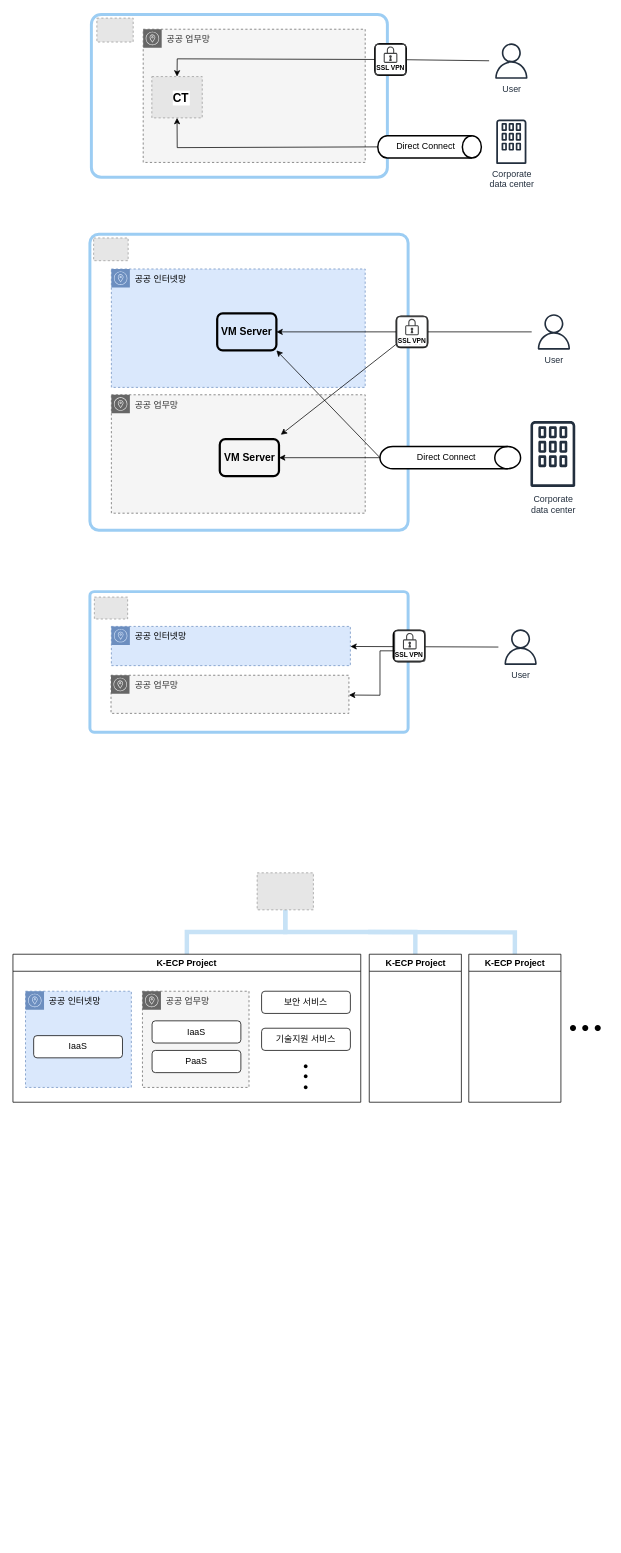
KDN-ECP/guidebooks keeps this draw.io diagram as page "concept-diagram" (1 of 2) of concept.drawio. Above is the earlier version. Source tidied: cells renumbered, new cells numbered last; positions are measured from the earlier drawing's top-left corner, leaving out a move shared by most shapes. Both pictures are drawn from the tidied source at 74%, with x=0, y=0 at pixel (13, 14). Pictures stored in the file or linked from it are replaced by grey dashed boxes.
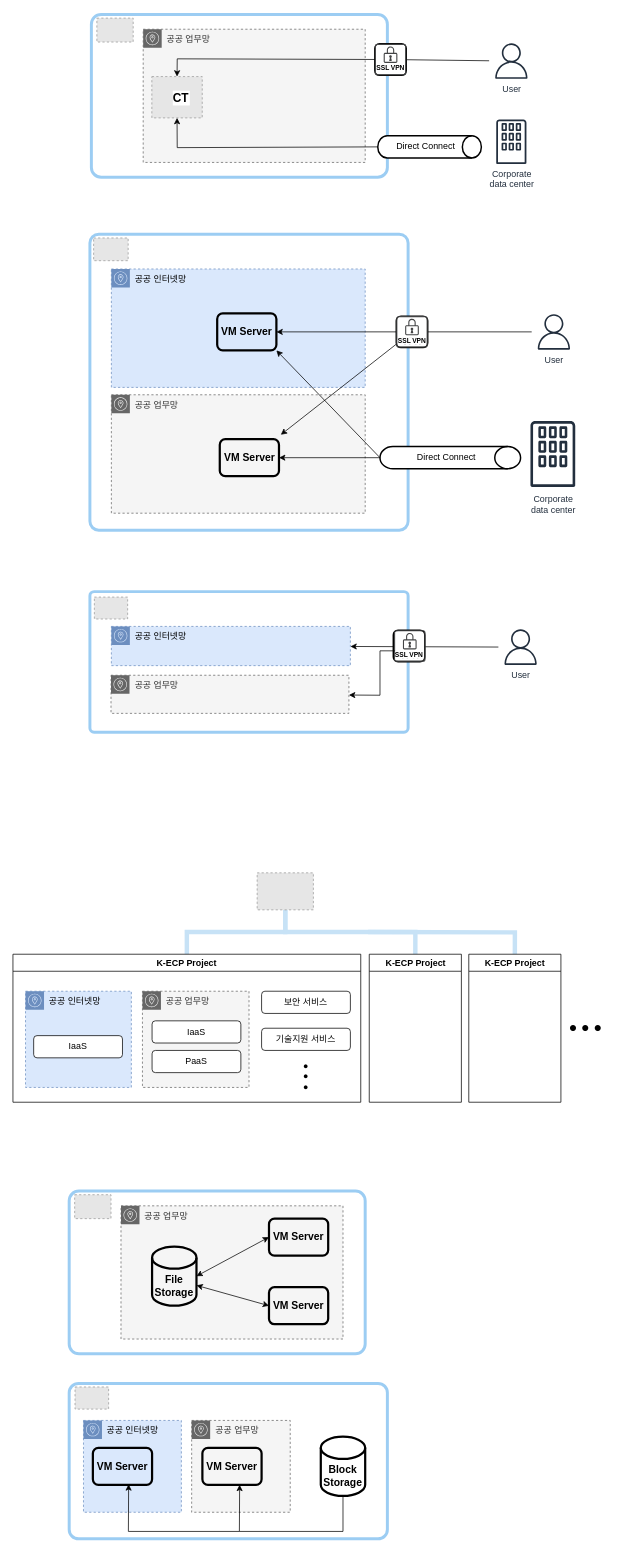
The same diagram, later.

Diff of the diagram source:
```diff
@@
+    <mxCell id="58" style="rounded=1;whiteSpace=wrap;html=1;arcSize=6;fillColor=none;strokeWidth=4;strokeColor=#72b8ee;opacity=70;" parent="1" vertex="1">
+      <mxGeometry x="76" y="1590" width="400" height="220" as="geometry" />
+    </mxCell>
+    <mxCell id="59" value="공공 업무망" style="sketch=0;html=1;whiteSpace=wrap;fontSize=12;fontStyle=0;shape=mxgraph.aws4.group;grIcon=mxgraph.aws4.group_availability_zone;verticalAlign=top;align=left;spacingLeft=30;dashed=1;fillColor=#f5f5f5;fontColor=#333333;strokeColor=#666666;" parent="58" vertex="1">
+      <mxGeometry x="70" y="20" width="300" height="180" as="geometry" />
+    </mxCell>
+    <mxCell id="60" style="fillColor=#E6E6E6;strokeColor=#999999;dashed=1;verticalLabelPosition=bottom;labelBackgroundColor=default;verticalAlign=top;" parent="58" vertex="1">
+      <mxGeometry x="7.4" y="5" width="49.1" height="32.3" as="geometry" />
+    </mxCell>
+    <mxCell id="61" value="VM Server" style="rounded=1;whiteSpace=wrap;html=1;strokeWidth=3;fillColor=none;fontSize=14;fontStyle=1;spacing=0;" parent="58" vertex="1">
+      <mxGeometry x="270" y="37.3" width="80" height="50" as="geometry" />
+    </mxCell>
+    <mxCell id="62" value="VM Server" style="rounded=1;whiteSpace=wrap;html=1;strokeWidth=3;fillColor=none;fontSize=14;fontStyle=1;spacing=0;" parent="58" vertex="1">
+      <mxGeometry x="270" y="130" width="80" height="50" as="geometry" />
+    </mxCell>
+    <mxCell id="63" value="&lt;font style=&quot;font-size: 14px;&quot;&gt;&lt;b&gt;File&lt;br&gt;Storage&lt;/b&gt;&lt;/font&gt;" style="shape=cylinder3;whiteSpace=wrap;html=1;boundedLbl=1;backgroundOutline=1;size=15;strokeWidth=3;fillColor=none;" parent="58" vertex="1">
+      <mxGeometry x="112" y="75" width="60" height="80" as="geometry" />
+    </mxCell>
+    <mxCell id="64" style="endArrow=classic;startArrow=classic;html=1;rounded=0;fontSize=14;exitX=1;exitY=0.5;exitDx=0;exitDy=0;exitPerimeter=0;entryX=0;entryY=0.5;entryDx=0;entryDy=0;" parent="58" edge="1" source="63" target="61">
+      <mxGeometry relative="1" as="geometry" />
+    </mxCell>
+    <mxCell id="65" style="endArrow=classic;startArrow=classic;html=1;rounded=0;fontSize=14;entryX=0;entryY=0.5;entryDx=0;entryDy=0;exitX=1;exitY=0;exitDx=0;exitDy=52.5;exitPerimeter=0;" parent="58" edge="1" source="63" target="62">
+      <mxGeometry relative="1" as="geometry" />
+    </mxCell>
+    <mxCell id="66" style="rounded=1;whiteSpace=wrap;html=1;arcSize=6;fillColor=none;strokeWidth=4;strokeColor=#72b8ee;opacity=70;" parent="1" vertex="1">
+      <mxGeometry x="76" y="1850" width="430" height="210" as="geometry" />
+    </mxCell>
+    <mxCell id="67" style="fillColor=#E6E6E6;strokeColor=#999999;dashed=1;verticalLabelPosition=bottom;labelBackgroundColor=default;verticalAlign=top;" parent="66" vertex="1">
+      <mxGeometry x="7.9" y="4.8" width="45.4" height="29.9" as="geometry" />
+    </mxCell>
+    <mxCell id="68" value="공공 인터넷망" style="sketch=0;html=1;whiteSpace=wrap;fontSize=12;fontStyle=0;shape=mxgraph.aws4.group;grIcon=mxgraph.aws4.group_availability_zone;verticalAlign=top;align=left;spacingLeft=30;dashed=1;fillColor=#dae8fc;strokeColor=#6c8ebf;" parent="66" vertex="1">
+      <mxGeometry x="19.3" y="50" width="132.3" height="124.1" as="geometry" />
+    </mxCell>
+    <mxCell id="69" value="공공 업무망" style="sketch=0;html=1;whiteSpace=wrap;fontSize=12;fontStyle=0;shape=mxgraph.aws4.group;grIcon=mxgraph.aws4.group_availability_zone;verticalAlign=top;align=left;spacingLeft=30;dashed=1;fillColor=#f5f5f5;fontColor=#333333;strokeColor=#666666;" parent="66" vertex="1">
+      <mxGeometry x="165.5" y="50" width="133.2" height="124.1" as="geometry" />
+    </mxCell>
+    <mxCell id="70" value="&lt;font style=&quot;font-size: 14px;&quot;&gt;&lt;b&gt;Block&lt;br&gt;Storage&lt;/b&gt;&lt;/font&gt;" style="shape=cylinder3;whiteSpace=wrap;html=1;boundedLbl=1;backgroundOutline=1;size=15;strokeWidth=3;fillColor=none;" parent="66" vertex="1">
+      <mxGeometry x="340" y="72" width="60" height="80" as="geometry" />
+    </mxCell>
+    <mxCell id="71" value="VM Server" style="rounded=1;whiteSpace=wrap;html=1;strokeWidth=3;fillColor=none;fontSize=14;fontStyle=1;spacing=0;" parent="66" vertex="1">
+      <mxGeometry x="32" y="87" width="80" height="50" as="geometry" />
+    </mxCell>
+    <mxCell id="72" value="VM Server" style="rounded=1;whiteSpace=wrap;html=1;strokeWidth=3;fillColor=none;fontSize=14;fontStyle=1;spacing=0;" parent="66" vertex="1">
+      <mxGeometry x="180" y="87" width="80" height="50" as="geometry" />
+    </mxCell>
+    <mxCell id="73" style="endArrow=classic;html=1;rounded=0;exitX=0.5;exitY=1;exitDx=0;exitDy=0;exitPerimeter=0;entryX=0.629;entryY=0.999;entryDx=0;entryDy=0;entryPerimeter=0;" parent="66" edge="1" source="70" target="72">
+      <mxGeometry relative="1" as="geometry">
+        <Array as="points">
+          <mxPoint x="370" y="200" />
+          <mxPoint x="230" y="200" />
+        </Array>
+      </mxGeometry>
+    </mxCell>
+    <mxCell id="74" style="endArrow=classic;html=1;rounded=0;entryX=0.604;entryY=0.986;entryDx=0;entryDy=0;entryPerimeter=0;" parent="1" edge="1" target="71">
+      <mxGeometry relative="1" as="geometry">
+        <mxPoint x="306" y="2050" as="sourcePoint" />
+        <Array as="points">
+          <mxPoint x="156" y="2050" />
+        </Array>
+      </mxGeometry>
+    </mxCell>
```
